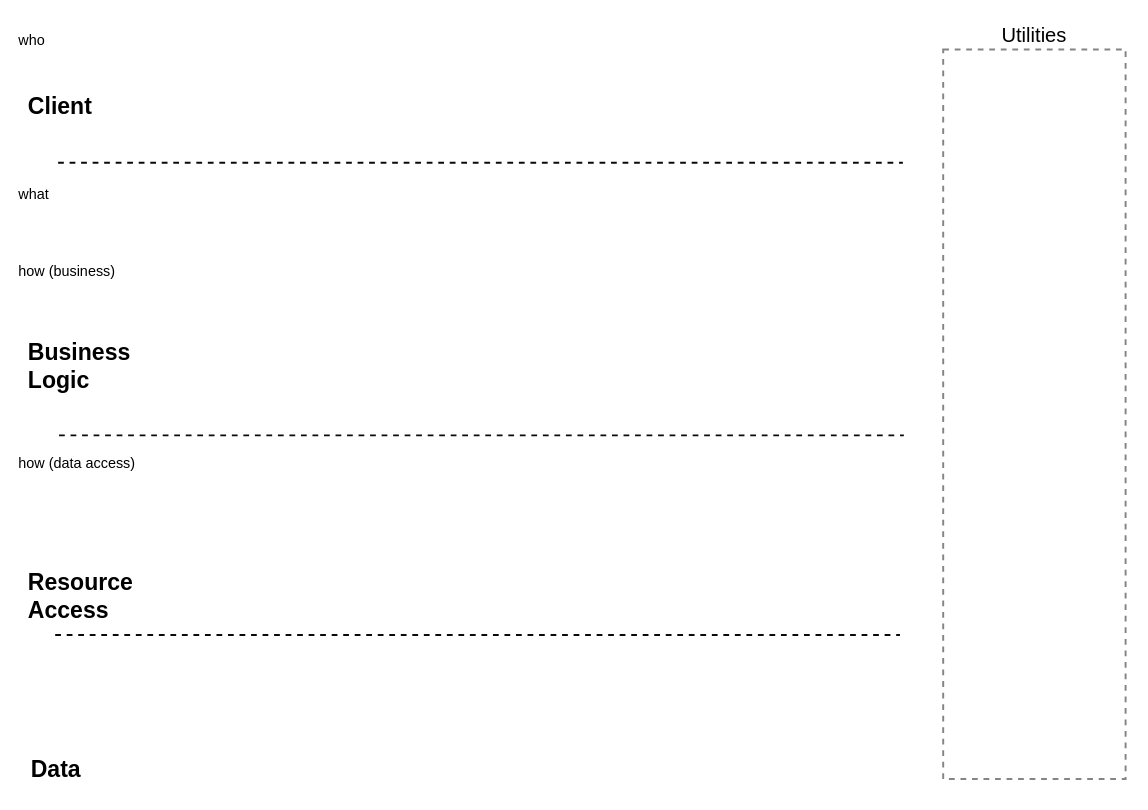
The draw.io diagram page "Static layers" (1 of 3) of Static-Layers.drawio in dkuida/the-method-draw-io-architecture-template, before the edit. Source tidied: cells renumbered, new cells numbered last; positions are measured from the earlier drawing's top-left corner, leaving out a move shared by most shapes. Both pictures are drawn from the tidied source at 96%, with x=0, y=0 at pixel (16, 30).
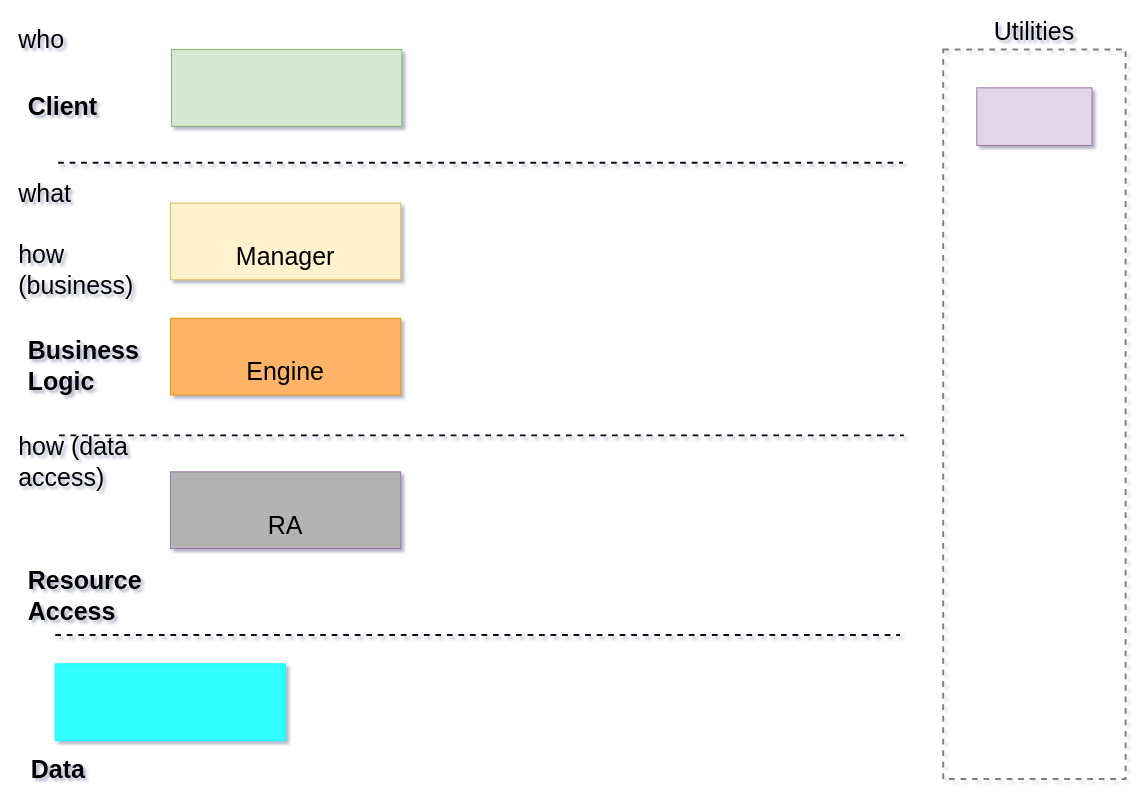
The same page after the edit.

Diff of the diagram source:
```diff
@@
-<mxGraphModel>
+<mxGraphModel shadow="1">
@@
-    <mxCell id="2" value="Utilities" style="whiteSpace=wrap;html=1;rounded=0;shadow=0;glass=0;dashed=1;comic=0;strokeColor=#0A0A0A;strokeWidth=2;fillColor=none;gradientColor=none;opacity=50;imageAspect=1;fontSize=21;labelPosition=center;verticalLabelPosition=top;align=center;verticalAlign=bottom;" parent="1" vertex="1">
+    <mxCell id="2" value="Utilities" style="whiteSpace=wrap;html=1;rounded=0;shadow=0;glass=0;dashed=1;comic=0;strokeColor=#0A0A0A;strokeWidth=2;fillColor=none;gradientColor=none;opacity=50;imageAspect=1;fontSize=26;labelPosition=center;verticalLabelPosition=top;align=center;verticalAlign=bottom;" parent="1" vertex="1">
       <mxGeometry x="965" y="20" width="190" height="760" as="geometry" />
     </mxCell>
-    <mxCell id="3" style="endArrow=none;dashed=1;html=1;strokeColor=#0A0A0A;strokeWidth=2;" parent="1" edge="1">
+    <mxCell id="3" style="endArrow=none;dashed=1;html=1;strokeColor=#0A0A0A;strokeWidth=2;fontSize=26;" parent="1" edge="1">
       <mxGeometry relative="1" as="geometry">
         <mxPoint x="40" y="630" as="sourcePoint" />
         <mxPoint x="920" y="630" as="targetPoint" />
       </mxGeometry>
     </mxCell>
-    <mxCell id="4" style="endArrow=none;dashed=1;html=1;strokeColor=#0A0A0A;strokeWidth=2;" parent="1" edge="1">
+    <mxCell id="4" style="endArrow=none;dashed=1;html=1;strokeColor=#0A0A0A;strokeWidth=2;fontSize=26;" parent="1" edge="1">
       <mxGeometry relative="1" as="geometry">
         <mxPoint x="44" y="422" as="sourcePoint" />
         <mxPoint x="924" y="422" as="targetPoint" />
       </mxGeometry>
     </mxCell>
-    <mxCell id="5" style="endArrow=none;dashed=1;html=1;strokeColor=#0A0A0A;strokeWidth=2;" parent="1" edge="1">
+    <mxCell id="5" style="endArrow=none;dashed=1;html=1;strokeColor=#0A0A0A;strokeWidth=2;fontSize=26;" parent="1" edge="1">
       <mxGeometry relative="1" as="geometry">
         <mxPoint x="43" y="138" as="sourcePoint" />
         <mxPoint x="923" y="138" as="targetPoint" />
       </mxGeometry>
     </mxCell>
-    <mxCell id="6" value="Client" style="text;strokeColor=none;fillColor=none;html=1;fontSize=24;fontStyle=1;verticalAlign=middle;align=left;rounded=0;shadow=0;glass=0;dashed=1;comic=0;opacity=50;" parent="1" vertex="1">
+    <mxCell id="6" value="Client" style="text;strokeColor=none;fillColor=none;html=1;fontSize=26;fontStyle=1;verticalAlign=middle;align=left;rounded=0;shadow=0;glass=0;dashed=1;comic=0;opacity=50;" parent="1" vertex="1">
       <mxGeometry x="10" y="60" width="100" height="40" as="geometry" />
     </mxCell>
-    <mxCell id="7" value="Business&lt;br&gt;Logic" style="text;strokeColor=none;fillColor=none;html=1;fontSize=24;fontStyle=1;verticalAlign=middle;align=left;rounded=0;shadow=0;glass=0;dashed=1;comic=0;opacity=50;" parent="1" vertex="1">
+    <mxCell id="7" value="Business&lt;br style=&quot;font-size: 26px;&quot;&gt;Logic" style="text;strokeColor=none;fillColor=none;html=1;fontSize=26;fontStyle=1;verticalAlign=middle;align=left;rounded=0;shadow=0;glass=0;dashed=1;comic=0;opacity=50;" parent="1" vertex="1">
       <mxGeometry x="10" y="330" width="100" height="40" as="geometry" />
     </mxCell>
-    <mxCell id="8" value="Resource&lt;br&gt;Access" style="text;strokeColor=none;fillColor=none;html=1;fontSize=24;fontStyle=1;verticalAlign=middle;align=left;rounded=0;shadow=0;glass=0;dashed=1;comic=0;opacity=50;" parent="1" vertex="1">
+    <mxCell id="8" value="Resource&lt;br style=&quot;font-size: 26px;&quot;&gt;Access" style="text;strokeColor=none;fillColor=none;html=1;fontSize=26;fontStyle=1;verticalAlign=middle;align=left;rounded=0;shadow=0;glass=0;dashed=1;comic=0;opacity=50;" parent="1" vertex="1">
       <mxGeometry x="10" y="570" width="100" height="40" as="geometry" />
     </mxCell>
-    <mxCell id="9" value="Data" style="text;strokeColor=none;fillColor=none;html=1;fontSize=24;fontStyle=1;verticalAlign=middle;align=left;rounded=0;shadow=0;glass=0;dashed=1;comic=0;opacity=50;" parent="1" vertex="1">
+    <mxCell id="9" value="Data" style="text;strokeColor=none;fillColor=none;html=1;fontSize=26;fontStyle=1;verticalAlign=middle;align=left;rounded=0;shadow=0;glass=0;dashed=1;comic=0;opacity=50;" parent="1" vertex="1">
       <mxGeometry x="13.1" y="750" width="100" height="40" as="geometry" />
     </mxCell>
-    <mxCell id="10" value="who" style="text;html=1;strokeColor=none;fillColor=none;align=left;verticalAlign=middle;whiteSpace=wrap;rounded=0;fontSize=15;fontColor=#000000;" parent="1" vertex="1">
+    <mxCell id="10" value="who" style="text;html=1;strokeColor=none;fillColor=none;align=left;verticalAlign=middle;whiteSpace=wrap;rounded=0;fontSize=26;fontColor=#000000;" parent="1" vertex="1">
       <mxGeometry width="40" height="20" as="geometry" />
     </mxCell>
-    <mxCell id="11" value="what" style="text;html=1;strokeColor=none;fillColor=none;align=left;verticalAlign=middle;whiteSpace=wrap;rounded=0;fontSize=15;fontColor=#000000;" parent="1" vertex="1">
+    <mxCell id="11" value="what" style="text;html=1;strokeColor=none;fillColor=none;align=left;verticalAlign=middle;whiteSpace=wrap;rounded=0;fontSize=26;fontColor=#000000;" parent="1" vertex="1">
       <mxGeometry y="160" width="40" height="20" as="geometry" />
     </mxCell>
-    <mxCell id="12" value="how (business)" style="text;html=1;strokeColor=none;fillColor=none;align=left;verticalAlign=middle;whiteSpace=wrap;rounded=0;fontSize=15;fontColor=#000000;" parent="1" vertex="1">
+    <mxCell id="12" value="how (business)" style="text;html=1;strokeColor=none;fillColor=none;align=left;verticalAlign=middle;whiteSpace=wrap;rounded=0;fontSize=26;fontColor=#000000;" parent="1" vertex="1">
       <mxGeometry y="240" width="106.1" height="20" as="geometry" />
     </mxCell>
-    <mxCell id="13" value="how (data access)" style="text;html=1;strokeColor=none;fillColor=none;align=left;verticalAlign=middle;whiteSpace=wrap;rounded=0;fontSize=15;fontColor=#000000;" parent="1" vertex="1">
+    <mxCell id="13" value="how (data access)" style="text;html=1;strokeColor=none;fillColor=none;align=left;verticalAlign=middle;whiteSpace=wrap;rounded=0;fontSize=26;fontColor=#000000;" parent="1" vertex="1">
       <mxGeometry y="440" width="126.1" height="20" as="geometry" />
     </mxCell>
+    <mxCell id="14" value="&lt;span style=&quot;color: rgb(51 , 51 , 51) ; white-space: normal ; font-size: 26px&quot;&gt;&lt;br style=&quot;font-size: 26px&quot;&gt;&lt;/span&gt;" style="rounded=0;whiteSpace=wrap;html=1;fillColor=#d5e8d4;strokeColor=#82b366;shadow=0;glass=0;comic=0;fontSize=26;align=center;" parent="1" vertex="1">
+      <mxGeometry x="161.1" y="20" width="240" height="80" as="geometry" />
+    </mxCell>
+    <mxCell id="15" value="&lt;br&gt;Manager" style="rounded=0;whiteSpace=wrap;html=1;fillColor=#fff2cc;strokeColor=#d6b656;shadow=0;glass=0;comic=0;fontSize=26;align=center;" parent="1" vertex="1">
+      <mxGeometry x="160" y="180" width="240" height="80" as="geometry" />
+    </mxCell>
+    <mxCell id="16" value="&lt;br&gt;Engine" style="rounded=0;whiteSpace=wrap;html=1;fillColor=#FFB366;strokeColor=#d79b00;shadow=0;glass=0;comic=0;fontSize=26;align=center;" parent="1" vertex="1">
+      <mxGeometry x="160" y="300" width="240" height="80" as="geometry" />
+    </mxCell>
+    <mxCell id="17" value="&lt;br&gt;RA" style="rounded=0;whiteSpace=wrap;html=1;fillColor=#B3B3B3;strokeColor=#9673a6;shadow=0;glass=0;comic=0;fontSize=26;align=center;" parent="1" vertex="1">
+      <mxGeometry x="160" y="460" width="240" height="80" as="geometry" />
+    </mxCell>
+    <mxCell id="18" style="rounded=0;whiteSpace=wrap;html=1;fillColor=#33FFFF;strokeColor=#00FFFF;shadow=0;glass=0;comic=0;fontSize=26;align=center;" parent="1" vertex="1">
+      <mxGeometry x="40" y="660" width="240" height="80" as="geometry" />
+    </mxCell>
+    <mxCell id="19" style="rounded=0;whiteSpace=wrap;html=1;fillColor=#e1d5e7;strokeColor=#9673a6;shadow=0;glass=0;comic=0;fontSize=26;align=center;" parent="1" vertex="1">
+      <mxGeometry x="1000" y="60" width="120" height="60" as="geometry" />
+    </mxCell>
```
